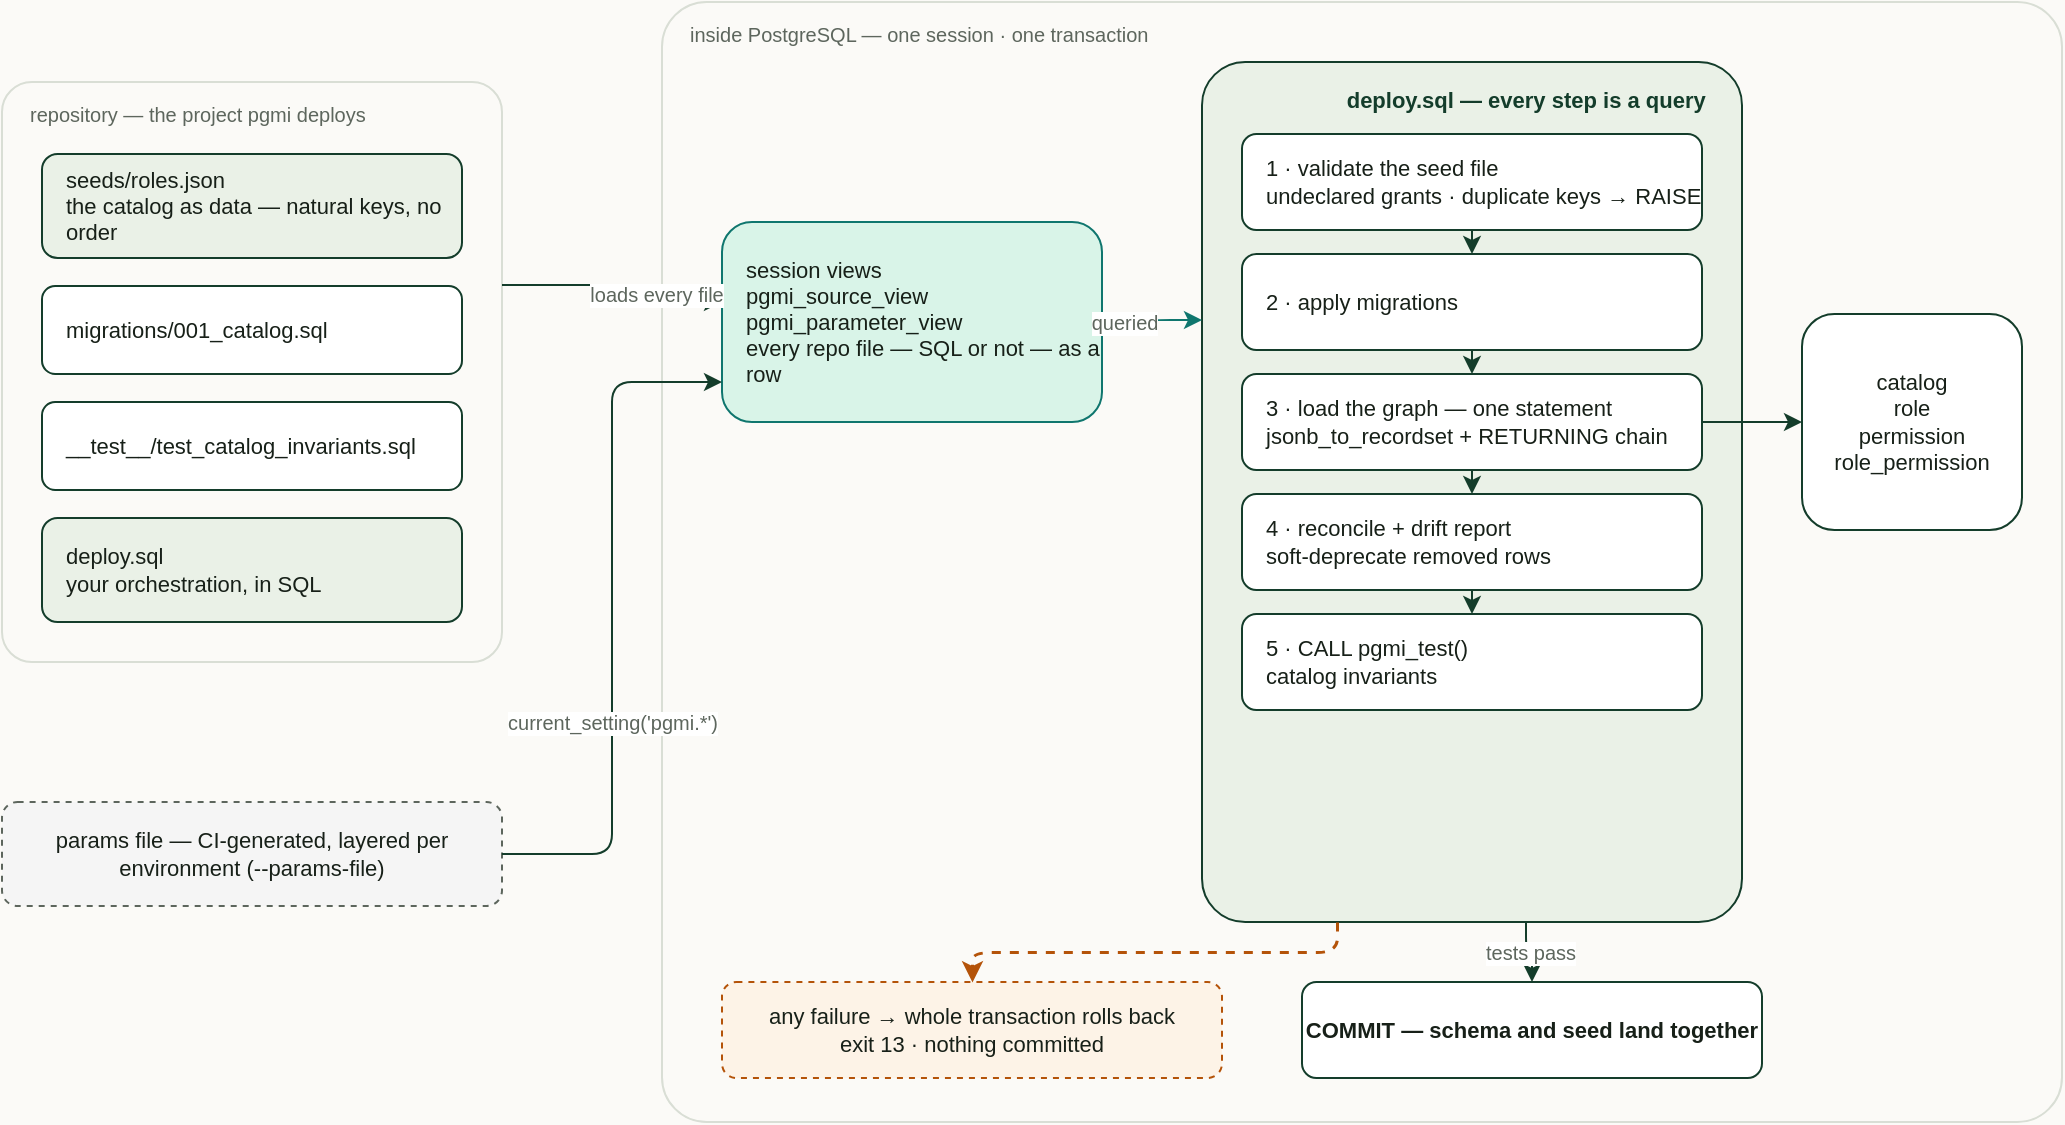
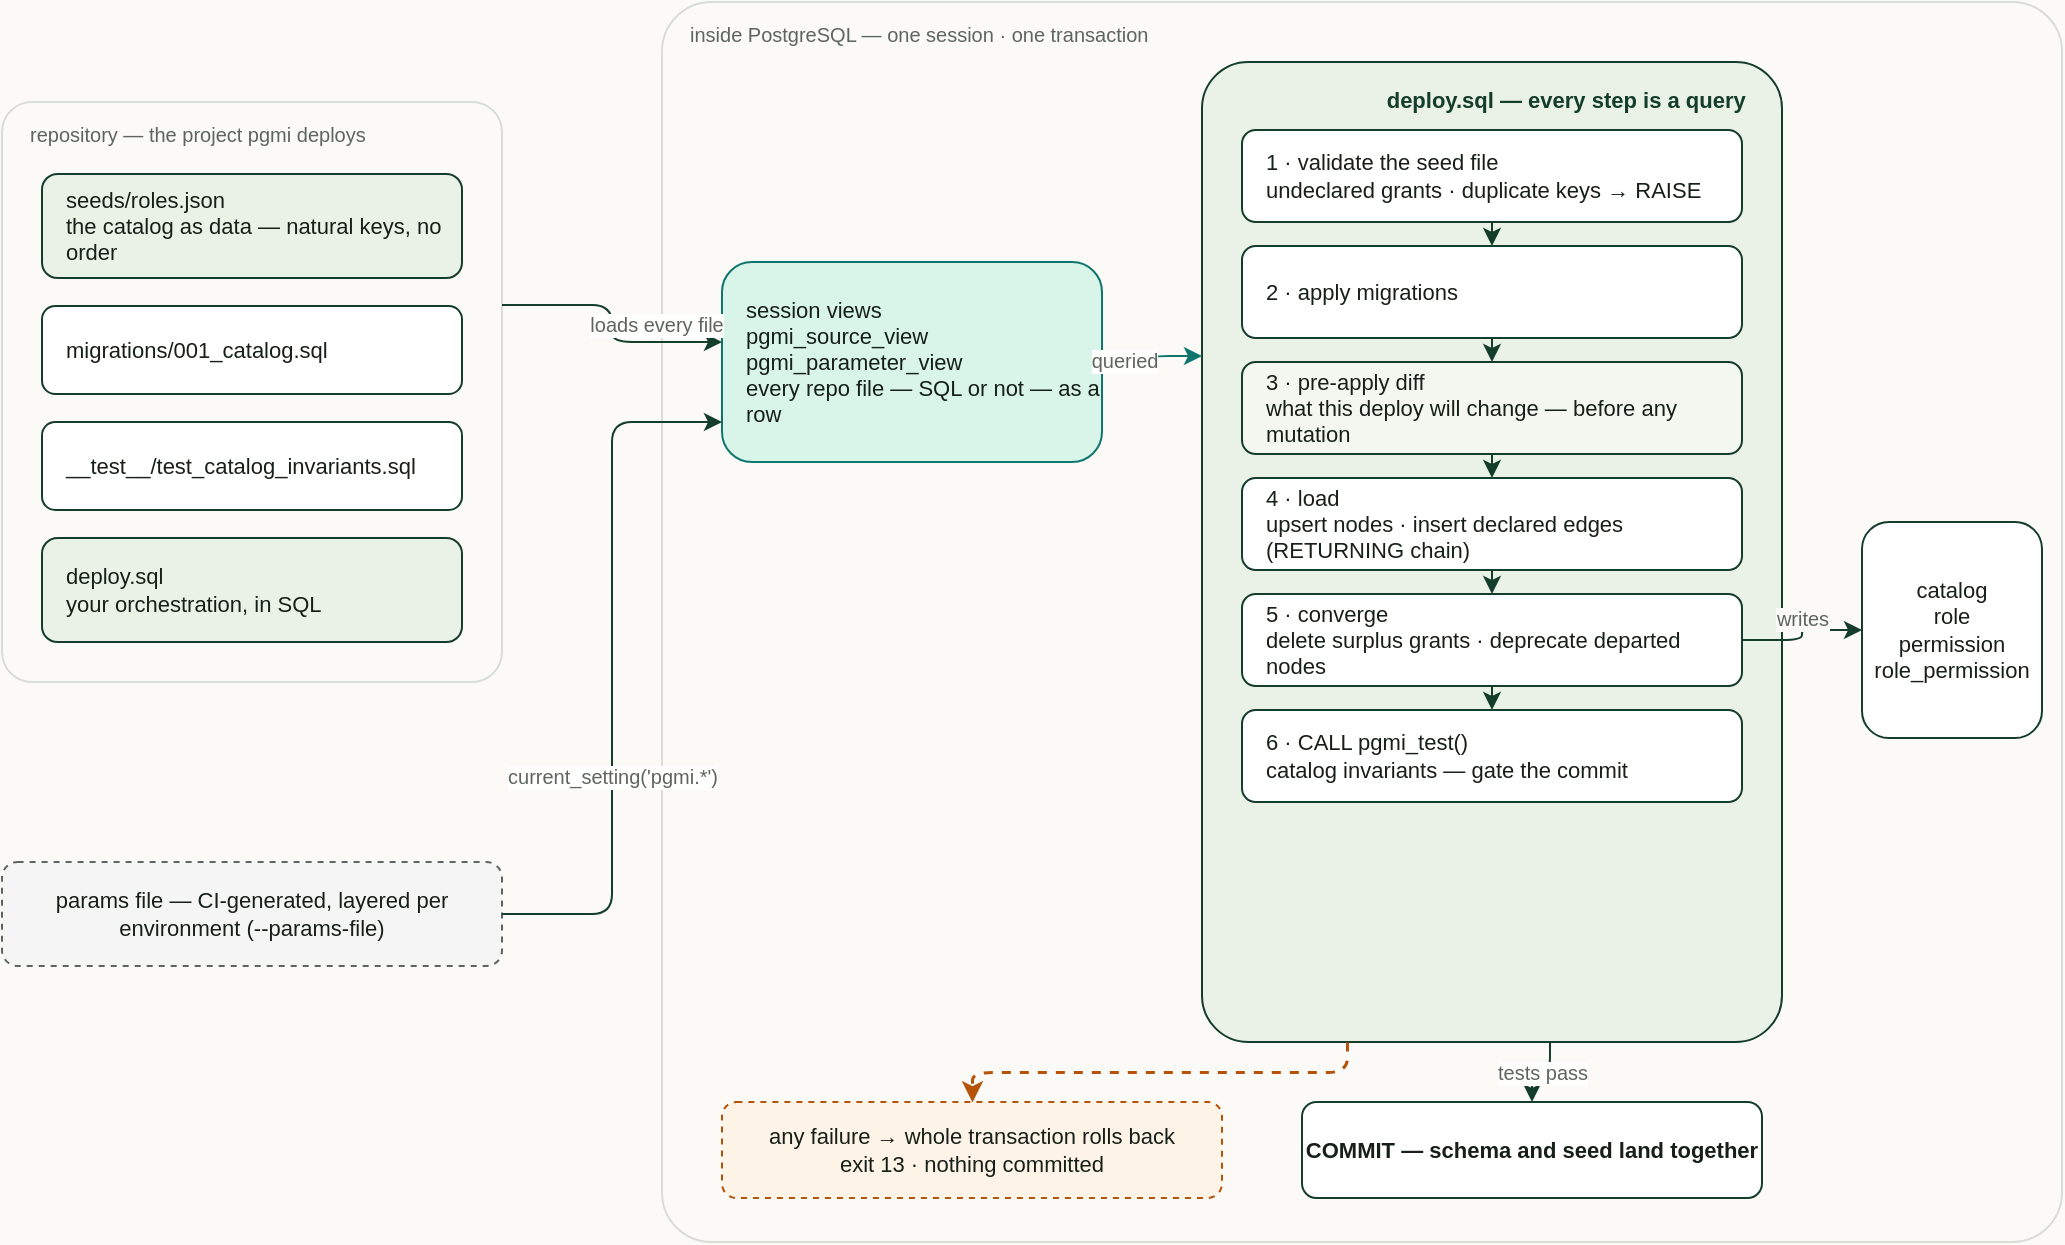
<mxfile host="app.diagrams.net">
  <diagram id="a02-seed-data-flow" name="seed-data-flow">
    <mxGraphModel dx="1000" dy="800" grid="0" gridSize="10" guides="1" tooltips="1" connect="1" arrows="1" fold="1" page="0" pageScale="1" math="0" shadow="0" background="#fbfaf7" adaptiveColors="none">
      <root>
        <mxCell id="0" />
        <mxCell id="1" parent="0" />
        <mxCell id="repo" value="repository &#8212; the project pgmi deploys" style="rounded=1;arcSize=6;whiteSpace=wrap;html=1;fillColor=none;strokeColor=#d9ded5;verticalAlign=top;align=left;spacingLeft=12;spacingTop=4;fontColor=#5d665d;fontSize=10;" vertex="1" parent="1">
-           <mxGeometry x="30" y="80" width="250" height="290" as="geometry" />
+           <mxGeometry x="30" y="90" width="250" height="290" as="geometry" />
        </mxCell>
        <mxCell id="f1" value="seeds/roles.json&#10;the catalog as data &#8212; natural keys, no order" style="rounded=1;whiteSpace=wrap;html=1;fillColor=#eaf1e7;strokeColor=#143d2b;fontColor=#172018;fontSize=11;align=left;spacingLeft=10;" vertex="1" parent="1">
-           <mxGeometry x="50" y="116" width="210" height="52" as="geometry" />
+           <mxGeometry x="50" y="126" width="210" height="52" as="geometry" />
        </mxCell>
        <mxCell id="f2" value="migrations/001_catalog.sql" style="rounded=1;whiteSpace=wrap;html=1;fillColor=#ffffff;strokeColor=#143d2b;fontColor=#172018;fontSize=11;align=left;spacingLeft=10;" vertex="1" parent="1">
-           <mxGeometry x="50" y="182" width="210" height="44" as="geometry" />
+           <mxGeometry x="50" y="192" width="210" height="44" as="geometry" />
        </mxCell>
        <mxCell id="f3" value="__test__/test_catalog_invariants.sql" style="rounded=1;whiteSpace=wrap;html=1;fillColor=#ffffff;strokeColor=#143d2b;fontColor=#172018;fontSize=11;align=left;spacingLeft=10;" vertex="1" parent="1">
-           <mxGeometry x="50" y="240" width="210" height="44" as="geometry" />
+           <mxGeometry x="50" y="250" width="210" height="44" as="geometry" />
        </mxCell>
        <mxCell id="f4" value="deploy.sql&#10;your orchestration, in SQL" style="rounded=1;whiteSpace=wrap;html=1;fillColor=#eaf1e7;strokeColor=#143d2b;fontColor=#172018;fontSize=11;align=left;spacingLeft=10;" vertex="1" parent="1">
-           <mxGeometry x="50" y="298" width="210" height="52" as="geometry" />
+           <mxGeometry x="50" y="308" width="210" height="52" as="geometry" />
        </mxCell>
        <mxCell id="params" value="params file &#8212; CI-generated, layered per environment (--params-file)" style="rounded=1;whiteSpace=wrap;html=1;fillColor=#f5f5f5;strokeColor=#5d665d;dashed=1;fontColor=#172018;fontSize=11;" vertex="1" parent="1">
-           <mxGeometry x="30" y="440" width="250" height="52" as="geometry" />
+           <mxGeometry x="30" y="470" width="250" height="52" as="geometry" />
        </mxCell>
        <mxCell id="txn" value="inside PostgreSQL &#8212; one session &#183; one transaction" style="rounded=1;arcSize=4;whiteSpace=wrap;html=1;fillColor=none;strokeColor=#d9ded5;verticalAlign=top;align=left;spacingLeft=12;spacingTop=4;fontColor=#5d665d;fontSize=10;" vertex="1" parent="1">
-           <mxGeometry x="360" y="40" width="700" height="560" as="geometry" />
+           <mxGeometry x="360" y="40" width="700" height="620" as="geometry" />
        </mxCell>
        <mxCell id="views" value="session views&#10;pgmi_source_view&#10;pgmi_parameter_view&#10;every repo file &#8212; SQL or not &#8212; as a row" style="rounded=1;whiteSpace=wrap;html=1;fillColor=#d9f4e8;strokeColor=#0f766e;fontColor=#172018;fontSize=11;align=left;spacingLeft=10;" vertex="1" parent="1">
-           <mxGeometry x="390" y="150" width="190" height="100" as="geometry" />
+           <mxGeometry x="390" y="170" width="190" height="100" as="geometry" />
        </mxCell>
        <mxCell id="steps" value="deploy.sql &#8212; every step is a query&#160;&#160;" style="rounded=1;arcSize=8;whiteSpace=wrap;html=1;fillColor=#eaf1e7;strokeColor=#143d2b;verticalAlign=top;align=right;spacingRight=10;spacingTop=6;fontColor=#143d2b;fontSize=11;fontStyle=1;" vertex="1" parent="1">
-           <mxGeometry x="630" y="70" width="270" height="430" as="geometry" />
+           <mxGeometry x="630" y="70" width="290" height="490" as="geometry" />
        </mxCell>
        <mxCell id="s1" value="1 &#183; validate the seed file&#10;undeclared grants &#183; duplicate keys &#8594; RAISE" style="rounded=1;whiteSpace=wrap;html=1;fillColor=#ffffff;strokeColor=#143d2b;fontColor=#172018;fontSize=11;align=left;spacingLeft=10;" vertex="1" parent="1">
-           <mxGeometry x="650" y="106" width="230" height="48" as="geometry" />
+           <mxGeometry x="650" y="104" width="250" height="46" as="geometry" />
        </mxCell>
        <mxCell id="s2" value="2 &#183; apply migrations" style="rounded=1;whiteSpace=wrap;html=1;fillColor=#ffffff;strokeColor=#143d2b;fontColor=#172018;fontSize=11;align=left;spacingLeft=10;" vertex="1" parent="1">
-           <mxGeometry x="650" y="166" width="230" height="48" as="geometry" />
+           <mxGeometry x="650" y="162" width="250" height="46" as="geometry" />
        </mxCell>
-         <mxCell id="s3" value="3 &#183; load the graph &#8212; one statement&#10;jsonb_to_recordset + RETURNING chain" style="rounded=1;whiteSpace=wrap;html=1;fillColor=#ffffff;strokeColor=#143d2b;fontColor=#172018;fontSize=11;align=left;spacingLeft=10;" vertex="1" parent="1">
-           <mxGeometry x="650" y="226" width="230" height="48" as="geometry" />
+         <mxCell id="s3" value="3 &#183; pre-apply diff&#10;what this deploy will change &#8212; before any mutation" style="rounded=1;whiteSpace=wrap;html=1;fillColor=#f3f7f0;strokeColor=#143d2b;fontColor=#172018;fontSize=11;align=left;spacingLeft=10;" vertex="1" parent="1">
+           <mxGeometry x="650" y="220" width="250" height="46" as="geometry" />
        </mxCell>
-         <mxCell id="s4" value="4 &#183; reconcile + drift report&#10;soft-deprecate removed rows" style="rounded=1;whiteSpace=wrap;html=1;fillColor=#ffffff;strokeColor=#143d2b;fontColor=#172018;fontSize=11;align=left;spacingLeft=10;" vertex="1" parent="1">
-           <mxGeometry x="650" y="286" width="230" height="48" as="geometry" />
+         <mxCell id="s4" value="4 &#183; load&#10;upsert nodes &#183; insert declared edges (RETURNING chain)" style="rounded=1;whiteSpace=wrap;html=1;fillColor=#ffffff;strokeColor=#143d2b;fontColor=#172018;fontSize=11;align=left;spacingLeft=10;" vertex="1" parent="1">
+           <mxGeometry x="650" y="278" width="250" height="46" as="geometry" />
        </mxCell>
-         <mxCell id="s5" value="5 &#183; CALL pgmi_test()&#10;catalog invariants" style="rounded=1;whiteSpace=wrap;html=1;fillColor=#ffffff;strokeColor=#143d2b;fontColor=#172018;fontSize=11;align=left;spacingLeft=10;" vertex="1" parent="1">
-           <mxGeometry x="650" y="346" width="230" height="48" as="geometry" />
+         <mxCell id="s5" value="5 &#183; converge&#10;delete surplus grants &#183; deprecate departed nodes" style="rounded=1;whiteSpace=wrap;html=1;fillColor=#ffffff;strokeColor=#143d2b;fontColor=#172018;fontSize=11;align=left;spacingLeft=10;" vertex="1" parent="1">
+           <mxGeometry x="650" y="336" width="250" height="46" as="geometry" />
+         </mxCell>
+         <mxCell id="s6" value="6 &#183; CALL pgmi_test()&#10;catalog invariants &#8212; gate the commit" style="rounded=1;whiteSpace=wrap;html=1;fillColor=#ffffff;strokeColor=#143d2b;fontColor=#172018;fontSize=11;align=left;spacingLeft=10;" vertex="1" parent="1">
+           <mxGeometry x="650" y="394" width="250" height="46" as="geometry" />
        </mxCell>
        <mxCell id="catalog" value="catalog&#10;role&#10;permission&#10;role_permission" style="rounded=1;whiteSpace=wrap;html=1;fillColor=#ffffff;strokeColor=#143d2b;fontColor=#172018;fontSize=11;" vertex="1" parent="1">
-           <mxGeometry x="930" y="196" width="110" height="108" as="geometry" />
+           <mxGeometry x="960" y="300" width="90" height="108" as="geometry" />
        </mxCell>
        <mxCell id="commit" value="COMMIT &#8212; schema and seed land together" style="rounded=1;whiteSpace=wrap;html=1;fillColor=#ffffff;strokeColor=#143d2b;fontColor=#172018;fontSize=11;fontStyle=1;" vertex="1" parent="1">
-           <mxGeometry x="680" y="530" width="230" height="48" as="geometry" />
+           <mxGeometry x="680" y="590" width="230" height="48" as="geometry" />
        </mxCell>
        <mxCell id="rail" value="any failure &#8594; whole transaction rolls back&#10;exit 13 &#183; nothing committed" style="rounded=1;whiteSpace=wrap;html=1;fillColor=#fdf3e7;strokeColor=#b45309;dashed=1;fontColor=#172018;fontSize=11;" vertex="1" parent="1">
-           <mxGeometry x="390" y="530" width="250" height="48" as="geometry" />
+           <mxGeometry x="390" y="590" width="250" height="48" as="geometry" />
        </mxCell>
        <mxCell id="e_files" value="loads every file" style="edgeStyle=orthogonalEdgeStyle;rounded=1;html=1;strokeColor=#143d2b;fontColor=#5d665d;fontSize=10;exitX=1;exitY=0.35;entryX=0;entryY=0.4;" edge="1" parent="1" source="repo" target="views">
          <mxGeometry y="22" relative="1" as="geometry" />
        </mxCell>
        <mxCell id="e_params" value="current_setting('pgmi.*')" style="edgeStyle=orthogonalEdgeStyle;rounded=1;html=1;strokeColor=#143d2b;fontColor=#5d665d;fontSize=10;exitX=1;exitY=0.5;entryX=0;entryY=0.8;" edge="1" parent="1" source="params" target="views">
          <mxGeometry x="-0.3" relative="1" as="geometry" />
        </mxCell>
        <mxCell id="e_query" value="queried" style="edgeStyle=orthogonalEdgeStyle;rounded=1;html=1;strokeColor=#0f766e;fontColor=#5d665d;fontSize=10;exitX=1;exitY=0.5;entryX=0;entryY=0.3;" edge="1" parent="1" source="views" target="steps">
          <mxGeometry y="14" relative="1" as="geometry" />
        </mxCell>
        <mxCell id="e12" style="edgeStyle=orthogonalEdgeStyle;rounded=1;html=1;strokeColor=#143d2b;exitX=0.5;exitY=1;entryX=0.5;entryY=0;" edge="1" parent="1" source="s1" target="s2">
          <mxGeometry relative="1" as="geometry" />
        </mxCell>
        <mxCell id="e23" style="edgeStyle=orthogonalEdgeStyle;rounded=1;html=1;strokeColor=#143d2b;exitX=0.5;exitY=1;entryX=0.5;entryY=0;" edge="1" parent="1" source="s2" target="s3">
          <mxGeometry relative="1" as="geometry" />
        </mxCell>
        <mxCell id="e34" style="edgeStyle=orthogonalEdgeStyle;rounded=1;html=1;strokeColor=#143d2b;exitX=0.5;exitY=1;entryX=0.5;entryY=0;" edge="1" parent="1" source="s3" target="s4">
          <mxGeometry relative="1" as="geometry" />
        </mxCell>
        <mxCell id="e45" style="edgeStyle=orthogonalEdgeStyle;rounded=1;html=1;strokeColor=#143d2b;exitX=0.5;exitY=1;entryX=0.5;entryY=0;" edge="1" parent="1" source="s4" target="s5">
          <mxGeometry relative="1" as="geometry" />
        </mxCell>
-         <mxCell id="e_load" style="edgeStyle=orthogonalEdgeStyle;rounded=1;html=1;strokeColor=#143d2b;fontColor=#5d665d;fontSize=10;exitX=1;exitY=0.5;entryX=0;entryY=0.5;" edge="1" parent="1" source="s3" target="catalog">
+         <mxCell id="e56" style="edgeStyle=orthogonalEdgeStyle;rounded=1;html=1;strokeColor=#143d2b;exitX=0.5;exitY=1;entryX=0.5;entryY=0;" edge="1" parent="1" source="s5" target="s6">
+           <mxGeometry relative="1" as="geometry" />
+         </mxCell>
+         <mxCell id="e_load" value="writes" style="edgeStyle=orthogonalEdgeStyle;rounded=1;html=1;strokeColor=#143d2b;fontColor=#5d665d;fontSize=10;exitX=1;exitY=0.5;entryX=0;entryY=0.5;verticalAlign=bottom;labelBackgroundColor=#fbfaf7;" edge="1" parent="1" source="s5" target="catalog">
          <mxGeometry relative="1" as="geometry" />
        </mxCell>
        <mxCell id="e_commit" value="tests pass" style="edgeStyle=orthogonalEdgeStyle;rounded=1;html=1;strokeColor=#143d2b;fontColor=#5d665d;fontSize=10;exitX=0.6;exitY=1;entryX=0.5;entryY=0;" edge="1" parent="1" source="steps" target="commit">
          <mxGeometry relative="1" as="geometry" />
        </mxCell>
        <mxCell id="e_fail" style="edgeStyle=orthogonalEdgeStyle;rounded=1;html=1;strokeColor=#b45309;strokeWidth=1.5;dashed=1;exitX=0.25;exitY=1;entryX=0.5;entryY=0;" edge="1" parent="1" source="steps" target="rail">
          <mxGeometry relative="1" as="geometry" />
        </mxCell>
      </root>
    </mxGraphModel>
  </diagram>
</mxfile>
